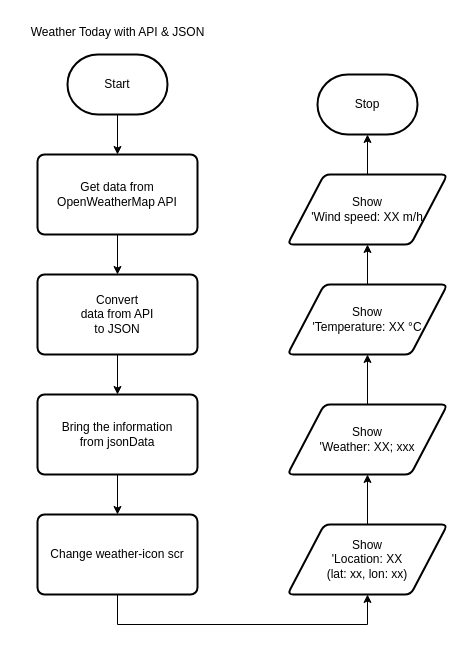
MTHS-ICD2O-1-2024/ICD2O-Unit-6-03-Ain-Jeong keeps this draw.io diagram as design/flowchart.drawio. Above is the earlier version. Source tidied: cells renumbered, new cells numbered last; positions are measured from the earlier drawing's top-left corner, leaving out a move shared by most shapes. Both pictures are drawn from the tidied source at 100%, with x=0, y=0 at pixel (17, 17).
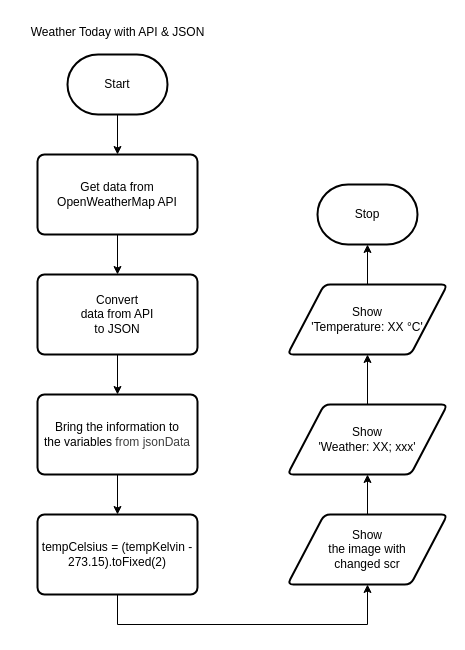
After the change.

The edit, as a diff of the source:
```diff
@@
-    <mxCell id="9" style="edgeStyle=none;html=1;entryX=0.5;entryY=0;entryDx=0;entryDy=0;" parent="1" edge="1" source="10" target="12">
-      <mxGeometry relative="1" as="geometry" />
+    <mxCell id="9" style="edgeStyle=none;html=1;entryX=0.5;entryY=0;entryDx=0;entryDy=0;" parent="1" edge="1" source="10">
+      <mxGeometry relative="1" as="geometry">
+        <mxPoint x="100" y="497" as="targetPoint" />
+      </mxGeometry>
     </mxCell>
-    <mxCell id="10" value="Bring the information&lt;div&gt;from jsonData&lt;/div&gt;" style="rounded=1;whiteSpace=wrap;html=1;absoluteArcSize=1;arcSize=14;strokeWidth=2;" parent="1" vertex="1">
+    <mxCell id="10" value="Bring the information to&lt;div&gt;&lt;font color=&quot;#000000&quot;&gt;the variables&amp;nbsp;&lt;/font&gt;&lt;span style=&quot;color: rgb(63, 63, 63); background-color: transparent;&quot;&gt;from jsonData&lt;/span&gt;&lt;/div&gt;" style="rounded=1;whiteSpace=wrap;html=1;absoluteArcSize=1;arcSize=14;strokeWidth=2;" parent="1" vertex="1">
       <mxGeometry x="20" y="377" width="160" height="80" as="geometry" />
     </mxCell>
-    <mxCell id="11" style="edgeStyle=orthogonalEdgeStyle;html=1;entryX=0.5;entryY=1;entryDx=0;entryDy=0;rounded=0;curved=0;" parent="1" edge="1" source="12" target="14">
+    <mxCell id="11" style="edgeStyle=orthogonalEdgeStyle;html=1;entryX=0.5;entryY=1;entryDx=0;entryDy=0;rounded=0;curved=0;" parent="1" edge="1" target="23">
       <mxGeometry relative="1" as="geometry">
+        <mxPoint x="100" y="577" as="sourcePoint" />
         <Array as="points">
           <mxPoint x="100" y="607" />
           <mxPoint x="350" y="607" />
+          <mxPoint x="350" y="572" />
         </Array>
       </mxGeometry>
     </mxCell>
-    <mxCell id="12" value="Change weather-icon scr" style="rounded=1;whiteSpace=wrap;html=1;absoluteArcSize=1;arcSize=14;strokeWidth=2;" parent="1" vertex="1">
-      <mxGeometry x="20" y="497" width="160" height="80" as="geometry" />
-    </mxCell>
-    <mxCell id="13" style="edgeStyle=none;html=1;entryX=0.5;entryY=1;entryDx=0;entryDy=0;" parent="1" edge="1" source="14" target="16">
-      <mxGeometry relative="1" as="geometry" />
+    <mxCell id="13" style="edgeStyle=none;html=1;entryX=0.5;entryY=1;entryDx=0;entryDy=0;" parent="1" edge="1" target="16">
+      <mxGeometry relative="1" as="geometry">
+        <mxPoint x="350" y="507" as="sourcePoint" />
+      </mxGeometry>
     </mxCell>
-    <mxCell id="14" value="Show&lt;div&gt;'Location: XX&lt;/div&gt;&lt;div&gt;(lat: xx, lon: xx)&lt;/div&gt;" style="shape=parallelogram;html=1;strokeWidth=2;perimeter=parallelogramPerimeter;whiteSpace=wrap;rounded=1;arcSize=12;size=0.23;" parent="1" vertex="1">
-      <mxGeometry x="270" y="507" width="160" height="70" as="geometry" />
-    </mxCell>
@@
-    <mxCell id="16" value="Show&lt;div&gt;'Weather: XX; xxx&lt;/div&gt;" style="shape=parallelogram;html=1;strokeWidth=2;perimeter=parallelogramPerimeter;whiteSpace=wrap;rounded=1;arcSize=12;size=0.23;" parent="1" vertex="1">
+    <mxCell id="16" value="Show&lt;div&gt;'Weather: XX; xxx'&lt;/div&gt;" style="shape=parallelogram;html=1;strokeWidth=2;perimeter=parallelogramPerimeter;whiteSpace=wrap;rounded=1;arcSize=12;size=0.23;" parent="1" vertex="1">
       <mxGeometry x="270" y="387" width="160" height="70" as="geometry" />
     </mxCell>
-    <mxCell id="17" style="edgeStyle=none;html=1;entryX=0.5;entryY=1;entryDx=0;entryDy=0;" parent="1" edge="1" source="18" target="19">
-      <mxGeometry relative="1" as="geometry" />
+    <mxCell id="17" style="edgeStyle=none;html=1;entryX=0.5;entryY=1;entryDx=0;entryDy=0;" parent="1" edge="1" source="18">
+      <mxGeometry relative="1" as="geometry">
+        <mxPoint x="350" y="227" as="targetPoint" />
+      </mxGeometry>
     </mxCell>
-    <mxCell id="18" value="Show&lt;div&gt;'Temperature: XX °C&lt;/div&gt;" style="shape=parallelogram;html=1;strokeWidth=2;perimeter=parallelogramPerimeter;whiteSpace=wrap;rounded=1;arcSize=12;size=0.23;" parent="1" vertex="1">
+    <mxCell id="18" value="Show&lt;div&gt;'Temperature: XX °C'&lt;/div&gt;" style="shape=parallelogram;html=1;strokeWidth=2;perimeter=parallelogramPerimeter;whiteSpace=wrap;rounded=1;arcSize=12;size=0.23;" parent="1" vertex="1">
       <mxGeometry x="270" y="267" width="160" height="70" as="geometry" />
     </mxCell>
-    <mxCell id="19" value="Show&lt;div&gt;'Wind speed: XX m/h&lt;/div&gt;" style="shape=parallelogram;html=1;strokeWidth=2;perimeter=parallelogramPerimeter;whiteSpace=wrap;rounded=1;arcSize=12;size=0.23;" parent="1" vertex="1">
-      <mxGeometry x="270" y="157" width="160" height="70" as="geometry" />
-    </mxCell>
     <mxCell id="20" value="Stop" style="strokeWidth=2;html=1;shape=mxgraph.flowchart.terminator;whiteSpace=wrap;" parent="1" vertex="1">
-      <mxGeometry x="300" y="57" width="100" height="60" as="geometry" />
+      <mxGeometry x="300" y="167" width="100" height="60" as="geometry" />
     </mxCell>
-    <mxCell id="21" style="edgeStyle=none;html=1;entryX=0.5;entryY=1;entryDx=0;entryDy=0;entryPerimeter=0;" parent="1" edge="1" source="19" target="20">
-      <mxGeometry relative="1" as="geometry" />
-    </mxCell>
+    <mxCell id="22" value="tempCelsius = (tempKelvin - 273.15).toFixed(2)" style="rounded=1;whiteSpace=wrap;html=1;absoluteArcSize=1;arcSize=14;strokeWidth=2;" parent="1" vertex="1">
+      <mxGeometry x="20" y="497" width="160" height="80" as="geometry" />
+    </mxCell>
+    <mxCell id="23" value="Show&lt;div&gt;the image with&lt;/div&gt;&lt;div&gt;changed scr&lt;/div&gt;" style="shape=parallelogram;html=1;strokeWidth=2;perimeter=parallelogramPerimeter;whiteSpace=wrap;rounded=1;arcSize=12;size=0.23;" parent="1" vertex="1">
+      <mxGeometry x="270" y="497" width="160" height="70" as="geometry" />
+    </mxCell>
```
